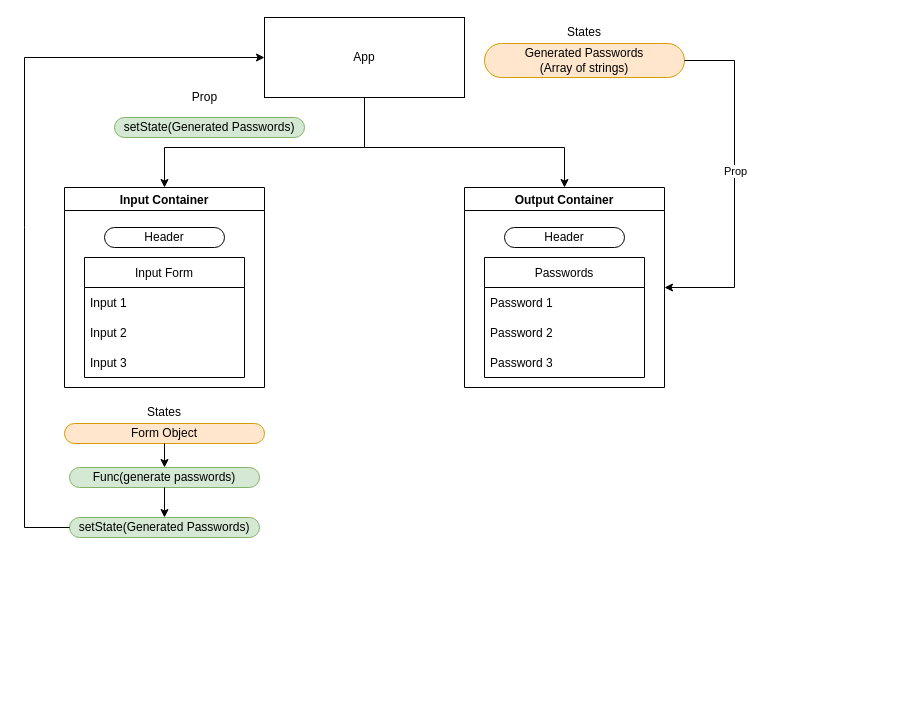
The draw.io diagram Untitled Diagram.drawio in Joeseff6/Password-Generator, before the edit. Source tidied: cells renumbered, new cells numbered last; positions are measured from the earlier drawing's top-left corner, leaving out a move shared by most shapes. Both pictures are drawn from the tidied source at 100%, with x=0, y=0 at pixel (24, 17).
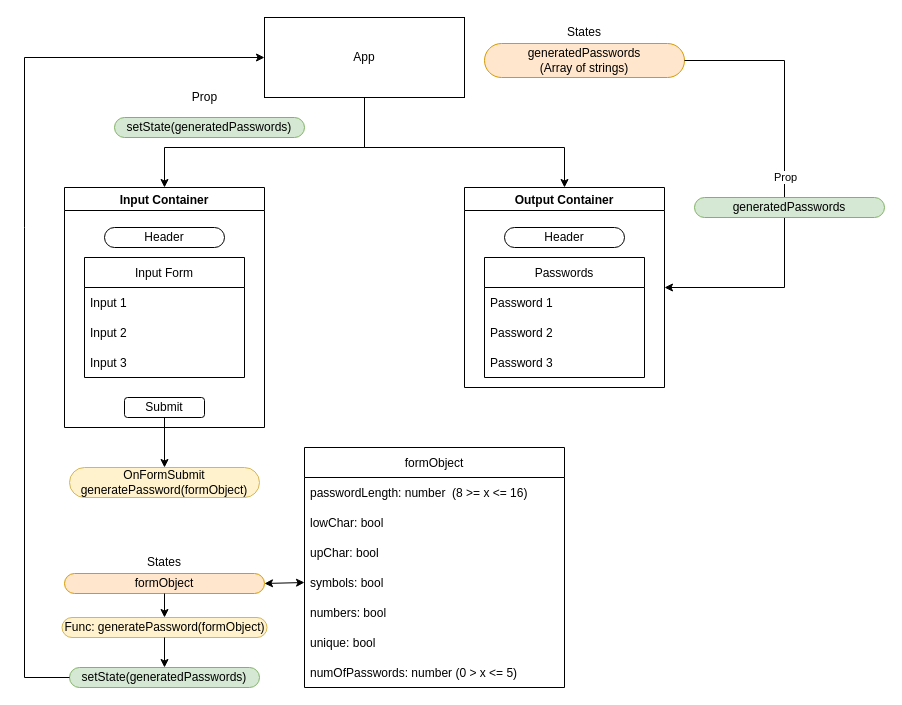
The same page after the edit.

Commit message:
Update Password-Generator Diagram.drawio

Unchanged cells that the change refers to:
```xml
<mxCell id="2" value="App" style="rounded=0;whiteSpace=wrap;html=1;" parent="1" vertex="1">
  <mxGeometry x="240" width="200" height="80" as="geometry" />
</mxCell>
<mxCell id="9" value="Output Container" style="swimlane;" parent="1" vertex="1">
  <mxGeometry x="440" y="170" width="200" height="200" as="geometry" />
</mxCell>
```

Change to the diagram source:
```diff
@@
     <mxCell id="3" value="Input Container" style="swimlane;" parent="1" vertex="1">
-      <mxGeometry x="40" y="170" width="200" height="200" as="geometry" />
+      <mxGeometry x="40" y="170" width="200" height="240" as="geometry" />
     </mxCell>
@@
+    <mxCell id="30" value="Submit" style="rounded=1;whiteSpace=wrap;html=1;shadow=0;glass=0;sketch=0;" parent="3" vertex="1">
+      <mxGeometry x="60" y="210" width="80" height="20" as="geometry" />
+    </mxCell>
@@
-    <mxCell id="17" value="Generated Passwords&lt;br&gt;(Array of strings)" style="rounded=1;whiteSpace=wrap;html=1;shadow=0;glass=0;sketch=0;arcSize=50;fillColor=#ffe6cc;strokeColor=#d79b00;" parent="1" vertex="1">
+    <mxCell id="17" value="generatedPasswords&lt;br&gt;(Array of strings)" style="rounded=1;whiteSpace=wrap;html=1;shadow=0;glass=0;sketch=0;arcSize=50;fillColor=#ffe6cc;strokeColor=#d79b00;" parent="1" vertex="1">
       <mxGeometry x="460" y="26" width="200" height="34" as="geometry" />
     </mxCell>
@@
     <mxCell id="19" style="endArrow=classic;html=1;rounded=0;exitX=1;exitY=0.5;exitDx=0;exitDy=0;entryX=1;entryY=0.5;entryDx=0;entryDy=0;" parent="1" edge="1" source="17" target="9">
       <mxGeometry relative="1" as="geometry">
         <Array as="points">
-          <mxPoint x="710" y="43" />
-          <mxPoint x="710" y="270" />
+          <mxPoint x="760" y="43" />
+          <mxPoint x="760" y="160" />
+          <mxPoint x="760" y="270" />
         </Array>
       </mxGeometry>
     </mxCell>
@@
-    <mxCell id="21" value="Form Object" style="rounded=1;whiteSpace=wrap;html=1;shadow=0;glass=0;sketch=0;arcSize=50;fillColor=#ffe6cc;strokeColor=#d79b00;" parent="1" vertex="1">
-      <mxGeometry x="40" y="406" width="200" height="20" as="geometry" />
+    <mxCell id="21" value="formObject" style="rounded=1;whiteSpace=wrap;html=1;shadow=0;glass=0;sketch=0;arcSize=50;fillColor=#ffe6cc;strokeColor=#d79b00;" parent="1" vertex="1">
+      <mxGeometry x="40" y="556" width="200" height="20" as="geometry" />
     </mxCell>
     <mxCell id="22" value="States" style="text;html=1;strokeColor=none;fillColor=none;align=center;verticalAlign=middle;whiteSpace=wrap;rounded=0;shadow=0;glass=0;sketch=0;" parent="1" vertex="1">
-      <mxGeometry x="110" y="380" width="60" height="30" as="geometry" />
+      <mxGeometry x="110" y="530" width="60" height="30" as="geometry" />
     </mxCell>
-    <mxCell id="23" value="setState(Generated Passwords)" style="rounded=1;whiteSpace=wrap;html=1;shadow=0;glass=0;sketch=0;arcSize=50;fillColor=#d5e8d4;strokeColor=#82b366;" parent="1" vertex="1">
+    <mxCell id="23" value="setState(generatedPasswords)" style="rounded=1;whiteSpace=wrap;html=1;shadow=0;glass=0;sketch=0;arcSize=50;fillColor=#d5e8d4;strokeColor=#82b366;" parent="1" vertex="1">
       <mxGeometry x="90" y="100" width="190" height="20" as="geometry" />
     </mxCell>
-    <mxCell id="24" value="setState(Generated Passwords)" style="rounded=1;whiteSpace=wrap;html=1;shadow=0;glass=0;sketch=0;arcSize=50;fillColor=#d5e8d4;strokeColor=#82b366;" parent="1" vertex="1">
-      <mxGeometry x="45" y="500" width="190" height="20" as="geometry" />
+    <mxCell id="24" value="setState(generatedPasswords)" style="rounded=1;whiteSpace=wrap;html=1;shadow=0;glass=0;sketch=0;arcSize=50;fillColor=#d5e8d4;strokeColor=#82b366;" parent="1" vertex="1">
+      <mxGeometry x="45" y="650" width="190" height="20" as="geometry" />
     </mxCell>
@@
     <mxCell id="26" style="endArrow=classic;html=1;rounded=0;exitX=0;exitY=0.5;exitDx=0;exitDy=0;entryX=0;entryY=0.5;entryDx=0;entryDy=0;" parent="1" edge="1" source="24" target="2">
       <mxGeometry relative="1" as="geometry">
         <Array as="points">
-          <mxPoint y="510" />
+          <mxPoint y="660" />
           <mxPoint y="210" />
           <mxPoint y="40" />
         </Array>
       </mxGeometry>
     </mxCell>
-    <mxCell id="27" value="Func(generate passwords)" style="rounded=1;whiteSpace=wrap;html=1;shadow=0;glass=0;sketch=0;arcSize=50;fillColor=#d5e8d4;strokeColor=#82b366;" parent="1" vertex="1">
-      <mxGeometry x="45" y="450" width="190" height="20" as="geometry" />
+    <mxCell id="27" value="Func: generatePassword(formObject)" style="rounded=1;whiteSpace=wrap;html=1;shadow=0;glass=0;sketch=0;arcSize=50;fillColor=#fff2cc;strokeColor=#d6b656;" parent="1" vertex="1">
+      <mxGeometry x="37.5" y="600" width="205" height="20" as="geometry" />
     </mxCell>
@@
+    <mxCell id="31" value="OnFormSubmit&lt;br&gt;generatePassword(formObject)" style="rounded=1;whiteSpace=wrap;html=1;shadow=0;glass=0;sketch=0;arcSize=50;fillColor=#fff2cc;strokeColor=#d6b656;" parent="1" vertex="1">
+      <mxGeometry x="45" y="450" width="190" height="30" as="geometry" />
+    </mxCell>
+    <mxCell id="32" style="endArrow=classic;html=1;rounded=0;exitX=0.5;exitY=1;exitDx=0;exitDy=0;entryX=0.5;entryY=0;entryDx=0;entryDy=0;" parent="1" edge="1" source="30" target="31">
+      <mxGeometry relative="1" as="geometry" />
+    </mxCell>
+    <mxCell id="33" value="generatedPasswords" style="rounded=1;whiteSpace=wrap;html=1;shadow=0;glass=0;sketch=0;arcSize=50;fillColor=#d5e8d4;strokeColor=#82b366;" parent="1" vertex="1">
+      <mxGeometry x="670" y="180" width="190" height="20" as="geometry" />
+    </mxCell>
+    <mxCell id="34" value="formObject" style="swimlane;fontStyle=0;horizontal=1;startSize=30;" parent="1" vertex="1">
+      <mxGeometry x="280" y="430" width="260" height="240" as="geometry" />
+    </mxCell>
+    <mxCell id="35" value="passwordLength: number  (8 &gt;= x &lt;= 16)" style="text;strokeColor=none;fillColor=none;align=left;verticalAlign=middle;spacingLeft=4;spacingRight=4;overflow=hidden;" parent="34" vertex="1">
+      <mxGeometry y="30" width="260" height="30" as="geometry" />
+    </mxCell>
+    <mxCell id="36" value="lowChar: bool" style="text;strokeColor=none;fillColor=none;align=left;verticalAlign=middle;spacingLeft=4;spacingRight=4;overflow=hidden;" parent="34" vertex="1">
+      <mxGeometry y="60" width="260" height="30" as="geometry" />
+    </mxCell>
+    <mxCell id="37" value="upChar: bool" style="text;strokeColor=none;fillColor=none;align=left;verticalAlign=middle;spacingLeft=4;spacingRight=4;overflow=hidden;" parent="34" vertex="1">
+      <mxGeometry y="90" width="260" height="30" as="geometry" />
+    </mxCell>
+    <mxCell id="38" value="symbols: bool" style="text;strokeColor=none;fillColor=none;align=left;verticalAlign=middle;spacingLeft=4;spacingRight=4;overflow=hidden;points=[[0,0.5],[1,0.5]];portConstraint=eastwest;" parent="34" vertex="1">
+      <mxGeometry y="120" width="260" height="30" as="geometry" />
+    </mxCell>
+    <mxCell id="39" value="numbers: bool" style="text;strokeColor=none;fillColor=none;align=left;verticalAlign=middle;spacingLeft=4;spacingRight=4;overflow=hidden;" parent="34" vertex="1">
+      <mxGeometry y="150" width="260" height="30" as="geometry" />
+    </mxCell>
+    <mxCell id="40" value="unique: bool" style="text;strokeColor=none;fillColor=none;align=left;verticalAlign=middle;spacingLeft=4;spacingRight=4;overflow=hidden;" parent="34" vertex="1">
+      <mxGeometry y="180" width="260" height="30" as="geometry" />
+    </mxCell>
+    <mxCell id="41" value="numOfPasswords: number (0 &gt; x &lt;= 5)" style="text;strokeColor=none;fillColor=none;align=left;verticalAlign=middle;spacingLeft=4;spacingRight=4;overflow=hidden;" parent="34" vertex="1">
+      <mxGeometry y="210" width="260" height="30" as="geometry" />
+    </mxCell>
+    <mxCell id="42" style="endArrow=classic;startArrow=classic;html=1;rounded=0;exitX=1;exitY=0.5;exitDx=0;exitDy=0;entryX=0;entryY=0.5;entryDx=0;entryDy=0;" parent="1" edge="1" source="21" target="38">
+      <mxGeometry relative="1" as="geometry" />
+    </mxCell>
```
